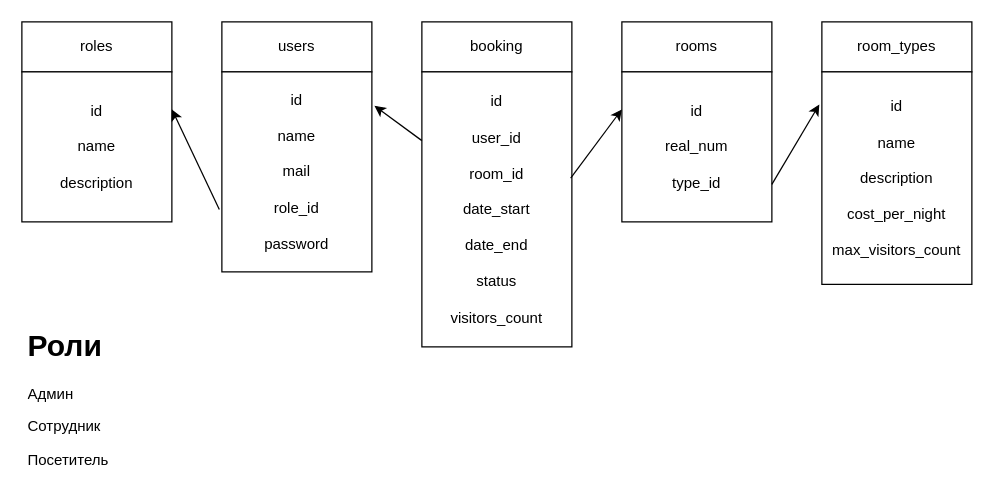
Prokudin-afk/hotelApp keeps this draw.io diagram as database_diagram.drawio. Above is the earlier version. Source tidied: cells renumbered, new cells numbered last; positions are measured from the earlier drawing's top-left corner, leaving out a move shared by most shapes. Both pictures are drawn from the tidied source at 125%, with x=0, y=0 at pixel (21, 21).
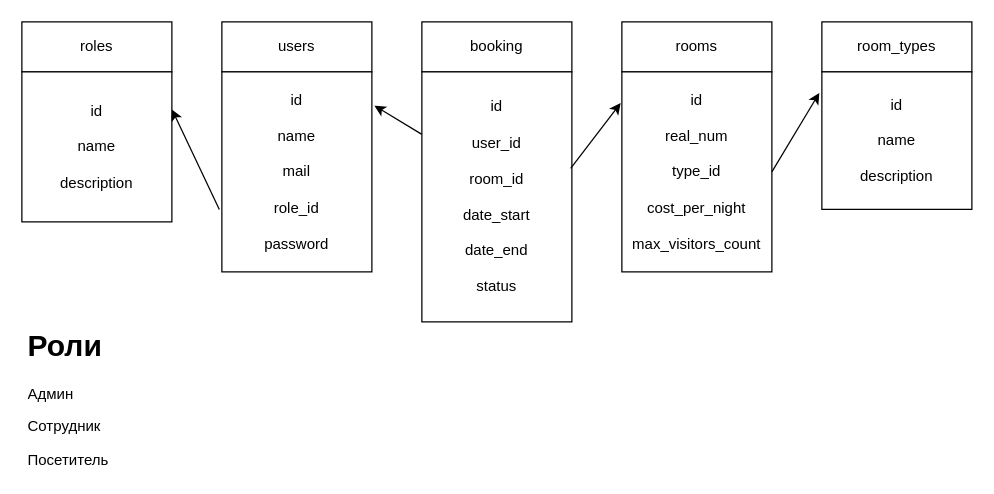
The same page after the edit.

The edit, as a diff of the source:
```diff
@@
 <mxGraphModel>
   <root>
     <mxCell id="0" />
     <mxCell id="1" parent="0" />
     <mxCell id="2" value="roles" style="rounded=0;whiteSpace=wrap;html=1;" parent="1" vertex="1">
       <mxGeometry width="120" height="40" as="geometry" />
     </mxCell>
     <mxCell id="3" value="id&lt;br&gt;&lt;br&gt;name&lt;br&gt;&lt;br&gt;description" style="rounded=0;whiteSpace=wrap;html=1;" parent="1" vertex="1">
       <mxGeometry y="40" width="120" height="120" as="geometry" />
     </mxCell>
     <mxCell id="4" value="users" style="rounded=0;whiteSpace=wrap;html=1;" parent="1" vertex="1">
       <mxGeometry x="160" width="120" height="40" as="geometry" />
     </mxCell>
     <mxCell id="5" value="id&lt;br&gt;&lt;br&gt;name&lt;br&gt;&lt;br&gt;mail&lt;br&gt;&lt;br&gt;role_id&lt;br&gt;&lt;br&gt;password" style="rounded=0;whiteSpace=wrap;html=1;" parent="1" vertex="1">
       <mxGeometry x="160" y="40" width="120" height="160" as="geometry" />
     </mxCell>
     <mxCell id="6" value="rooms" style="rounded=0;whiteSpace=wrap;html=1;" parent="1" vertex="1">
       <mxGeometry x="480" width="120" height="40" as="geometry" />
     </mxCell>
     <mxCell id="7" value="room_types" style="rounded=0;whiteSpace=wrap;html=1;" parent="1" vertex="1">
       <mxGeometry x="640" width="120" height="40" as="geometry" />
     </mxCell>
-    <mxCell id="8" value="id&lt;br&gt;&lt;br&gt;name&lt;br&gt;&lt;br&gt;description&lt;br&gt;&lt;br&gt;cost_per_night&lt;br&gt;&lt;br&gt;max_visitors_count" style="rounded=0;whiteSpace=wrap;html=1;" parent="1" vertex="1">
-      <mxGeometry x="640" y="40" width="120" height="170" as="geometry" />
+    <mxCell id="8" value="id&lt;br&gt;&lt;br&gt;name&lt;br&gt;&lt;br&gt;description" style="rounded=0;whiteSpace=wrap;html=1;" parent="1" vertex="1">
+      <mxGeometry x="640" y="40" width="120" height="110" as="geometry" />
     </mxCell>
-    <mxCell id="9" value="id&lt;br&gt;&lt;br&gt;real_num&lt;br&gt;&lt;br&gt;type_id" style="rounded=0;whiteSpace=wrap;html=1;" parent="1" vertex="1">
-      <mxGeometry x="480" y="40" width="120" height="120" as="geometry" />
+    <mxCell id="9" value="id&lt;br&gt;&lt;br&gt;real_num&lt;br&gt;&lt;br&gt;type_id&lt;br&gt;&lt;br&gt;cost_per_night&lt;br style=&quot;border-color: var(--border-color);&quot;&gt;&lt;br style=&quot;border-color: var(--border-color);&quot;&gt;max_visitors_count" style="rounded=0;whiteSpace=wrap;html=1;" parent="1" vertex="1">
+      <mxGeometry x="480" y="40" width="120" height="160" as="geometry" />
     </mxCell>
     <mxCell id="10" style="endArrow=classic;html=1;rounded=0;exitX=-0.017;exitY=0.688;exitDx=0;exitDy=0;exitPerimeter=0;entryX=1;entryY=0.25;entryDx=0;entryDy=0;" parent="1" edge="1" source="5" target="3">
       <mxGeometry relative="1" as="geometry" />
     </mxCell>
-    <mxCell id="11" style="endArrow=classic;html=1;rounded=0;exitX=1;exitY=0.75;exitDx=0;exitDy=0;entryX=-0.017;entryY=0.153;entryDx=0;entryDy=0;entryPerimeter=0;" parent="1" edge="1" source="9" target="8">
+    <mxCell id="11" style="endArrow=classic;html=1;rounded=0;exitX=1;exitY=0.5;exitDx=0;exitDy=0;entryX=-0.017;entryY=0.153;entryDx=0;entryDy=0;entryPerimeter=0;" parent="1" edge="1" source="9" target="8">
       <mxGeometry relative="1" as="geometry" />
     </mxCell>
     <mxCell id="12" value="booking" style="rounded=0;whiteSpace=wrap;html=1;" parent="1" vertex="1">
       <mxGeometry x="320" width="120" height="40" as="geometry" />
     </mxCell>
-    <mxCell id="13" value="id&lt;br&gt;&lt;br&gt;user_id&lt;br&gt;&lt;br&gt;room_id&lt;br&gt;&lt;br&gt;date_start&lt;br&gt;&lt;br&gt;date_end&lt;br&gt;&lt;br&gt;status&lt;br&gt;&lt;br&gt;visitors_count" style="rounded=0;whiteSpace=wrap;html=1;" parent="1" vertex="1">
-      <mxGeometry x="320" y="40" width="120" height="220" as="geometry" />
+    <mxCell id="13" value="id&lt;br&gt;&lt;br&gt;user_id&lt;br&gt;&lt;br&gt;room_id&lt;br&gt;&lt;br&gt;date_start&lt;br&gt;&lt;br&gt;date_end&lt;br&gt;&lt;br&gt;status" style="rounded=0;whiteSpace=wrap;html=1;" parent="1" vertex="1">
+      <mxGeometry x="320" y="40" width="120" height="200" as="geometry" />
     </mxCell>
     <mxCell id="14" style="endArrow=classic;html=1;rounded=0;exitX=0;exitY=0.25;exitDx=0;exitDy=0;entryX=1.017;entryY=0.169;entryDx=0;entryDy=0;entryPerimeter=0;" parent="1" edge="1" source="13" target="5">
       <mxGeometry relative="1" as="geometry" />
     </mxCell>
-    <mxCell id="15" style="endArrow=classic;html=1;rounded=0;exitX=0.992;exitY=0.386;exitDx=0;exitDy=0;exitPerimeter=0;entryX=0;entryY=0.25;entryDx=0;entryDy=0;" parent="1" edge="1" source="13" target="9">
+    <mxCell id="15" style="endArrow=classic;html=1;rounded=0;exitX=0.992;exitY=0.386;exitDx=0;exitDy=0;exitPerimeter=0;entryX=-0.008;entryY=0.156;entryDx=0;entryDy=0;entryPerimeter=0;" parent="1" edge="1" source="13" target="9">
       <mxGeometry relative="1" as="geometry" />
     </mxCell>
     <mxCell id="16" value="&lt;h1&gt;Роли&lt;/h1&gt;&lt;p&gt;Админ&lt;/p&gt;&lt;p&gt;Сотрудник&lt;/p&gt;&lt;p&gt;Посетитель&lt;/p&gt;" style="text;html=1;strokeColor=none;fillColor=none;spacing=5;spacingTop=-20;whiteSpace=wrap;overflow=hidden;rounded=0;" parent="1" vertex="1">
       <mxGeometry y="240" width="120" height="120" as="geometry" />
     </mxCell>
   </root>
 </mxGraphModel>
```
